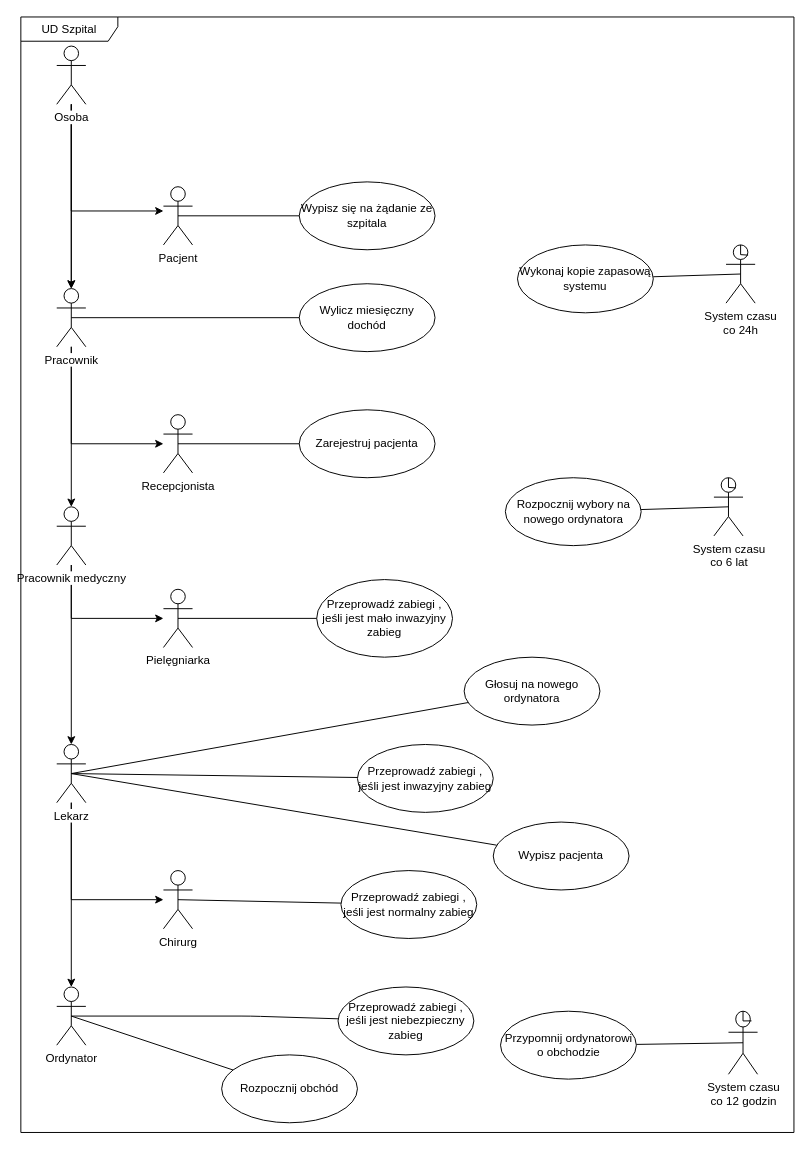
The draw.io diagram page "actor" (2 of 2) of Szpital.drawio in AleksanderStaruch/HospitalUML, before the edit. Source tidied: cells renumbered, new cells numbered last; positions are measured from the earlier drawing's top-left corner, leaving out a move shared by most shapes. Both pictures are drawn from the tidied source at 97%, with x=0, y=0 at pixel (20, 16).
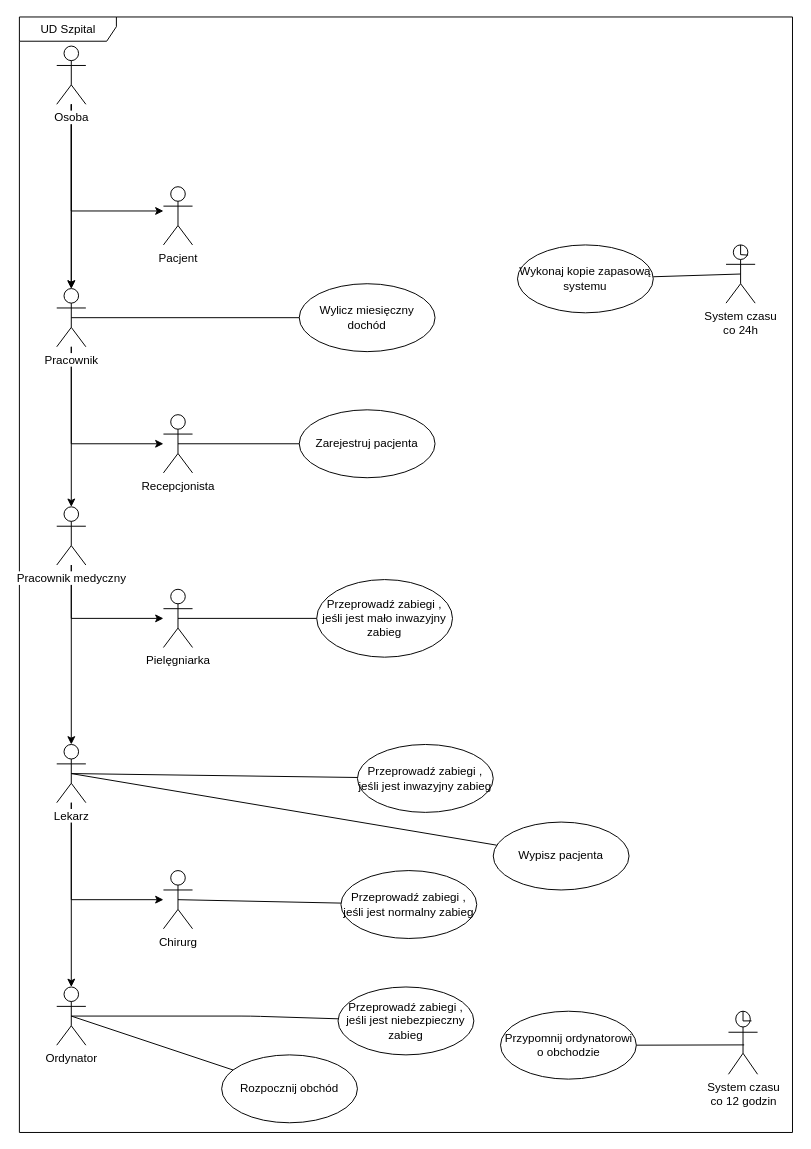
After the change.

The change refers to these unchanged cells:
```xml
<mxCell id="6" value="Pacjent" style="shape=umlActor;verticalLabelPosition=bottom;labelBackgroundColor=#ffffff;verticalAlign=top;html=1;" parent="1" vertex="1">
  <mxGeometry x="147" y="175" width="30" height="60" as="geometry" />
</mxCell>
<mxCell id="17" value="Lekarz" style="shape=umlActor;verticalLabelPosition=bottom;labelBackgroundColor=#ffffff;verticalAlign=top;html=1;" parent="1" vertex="1">
  <mxGeometry x="37" y="750" width="30" height="60" as="geometry" />
</mxCell>
<mxCell id="39" value="System czasu &lt;br&gt;co 12 godzin" style="shape=umlActor;verticalLabelPosition=bottom;labelBackgroundColor=#ffffff;verticalAlign=top;html=1;" parent="1" vertex="1">
  <mxGeometry x="729.5" y="1025" width="30" height="65" as="geometry" />
</mxCell>
<mxCell id="43" value="Przypomnij ordynatorowi o obchodzie" style="ellipse;whiteSpace=wrap;html=1;" parent="1" vertex="1">
  <mxGeometry x="494.5" y="1025" width="140" height="70" as="geometry" />
</mxCell>
```

What changed in the source:
```diff
@@
+    <mxCell id="48" value="UD Szpital" style="shape=umlFrame;whiteSpace=wrap;html=1;width=100;height=25;noLabel=0;" parent="1" vertex="1">
+      <mxGeometry x="-1.5" width="797" height="1150" as="geometry" />
+    </mxCell>
@@
-    <mxCell id="20" value="Wypisz się na żądanie ze szpitala" style="ellipse;whiteSpace=wrap;html=1;" parent="1" vertex="1">
-      <mxGeometry x="287" y="170" width="140" height="70" as="geometry" />
-    </mxCell>
@@
-    <mxCell id="23" value="Głosuj na nowego ordynatora" style="ellipse;whiteSpace=wrap;html=1;" parent="1" vertex="1">
-      <mxGeometry x="457" y="660" width="140" height="70" as="geometry" />
-    </mxCell>
@@
-    <mxCell id="30" style="endArrow=none;html=1;exitX=0.5;exitY=0.5;exitDx=0;exitDy=0;exitPerimeter=0;" parent="1" edge="1" source="17" target="23">
-      <mxGeometry relative="1" as="geometry" />
-    </mxCell>
@@
-    <mxCell id="36" style="endArrow=none;html=1;entryX=0.5;entryY=0.5;entryDx=0;entryDy=0;entryPerimeter=0;" parent="1" edge="1" source="41" target="40">
-      <mxGeometry relative="1" as="geometry" />
-    </mxCell>
@@
-    <mxCell id="38" style="endArrow=none;html=1;exitX=0.5;exitY=0.5;exitDx=0;exitDy=0;exitPerimeter=0;" parent="1" edge="1" source="6" target="20">
-      <mxGeometry relative="1" as="geometry" />
-    </mxCell>
@@
-    <mxCell id="40" value="System czasu &lt;br&gt;co 6 lat" style="shape=umlActor;verticalLabelPosition=bottom;labelBackgroundColor=#ffffff;verticalAlign=top;html=1;" parent="1" vertex="1">
-      <mxGeometry x="714.5" y="475" width="30" height="60" as="geometry" />
-    </mxCell>
-    <mxCell id="41" value="Rozpocznij wybory na nowego ordynatora" style="ellipse;whiteSpace=wrap;html=1;" parent="1" vertex="1">
-      <mxGeometry x="499.5" y="475" width="140" height="70" as="geometry" />
-    </mxCell>
-    <mxCell id="42" style="endArrow=none;html=1;entryX=0.5;entryY=0.5;entryDx=0;entryDy=0;entryPerimeter=0;" parent="1" edge="1" source="43" target="39">
-      <mxGeometry relative="1" as="geometry" />
-    </mxCell>
@@
-    <mxCell id="45" style="endArrow=none;html=1;shadow=0;comic=0;jumpSize=0;jumpStyle=arc;startSize=0;rounded=0;exitX=0.5;exitY=0;exitDx=0;exitDy=0;exitPerimeter=0;entryX=0.758;entryY=0.175;entryDx=0;entryDy=0;entryPerimeter=0;" parent="1" edge="1" source="40" target="40">
-      <mxGeometry relative="1" as="geometry">
-        <Array as="points">
-          <mxPoint x="729.5" y="485" />
-        </Array>
-      </mxGeometry>
-    </mxCell>
@@
-    <mxCell id="48" value="UD Szpital" style="shape=umlFrame;whiteSpace=wrap;html=1;width=100;height=25;noLabel=0;" parent="1" vertex="1">
-      <mxGeometry width="797" height="1150" as="geometry" />
-    </mxCell>
@@
+    <mxCell id="42" style="endArrow=none;html=1;entryX=0.539;entryY=0.534;entryDx=0;entryDy=0;entryPerimeter=0;" parent="1" edge="1" source="43" target="39">
+      <mxGeometry relative="1" as="geometry" />
+    </mxCell>
```
